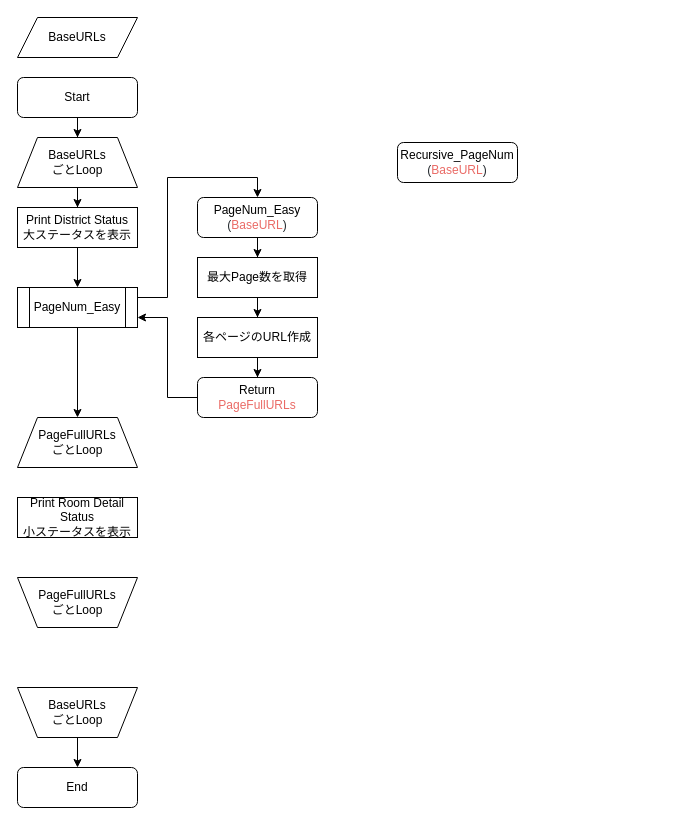
Earlier version of the draw.io diagram Untitled Diagram.drawio (shoheimiyazaki/SUMMO_Scraping). Source tidied: cells renumbered, new cells numbered last; positions are measured from the earlier drawing's top-left corner, leaving out a move shared by most shapes. Both pictures are drawn from the tidied source at 100%, with x=0, y=0 at pixel (17, 17).
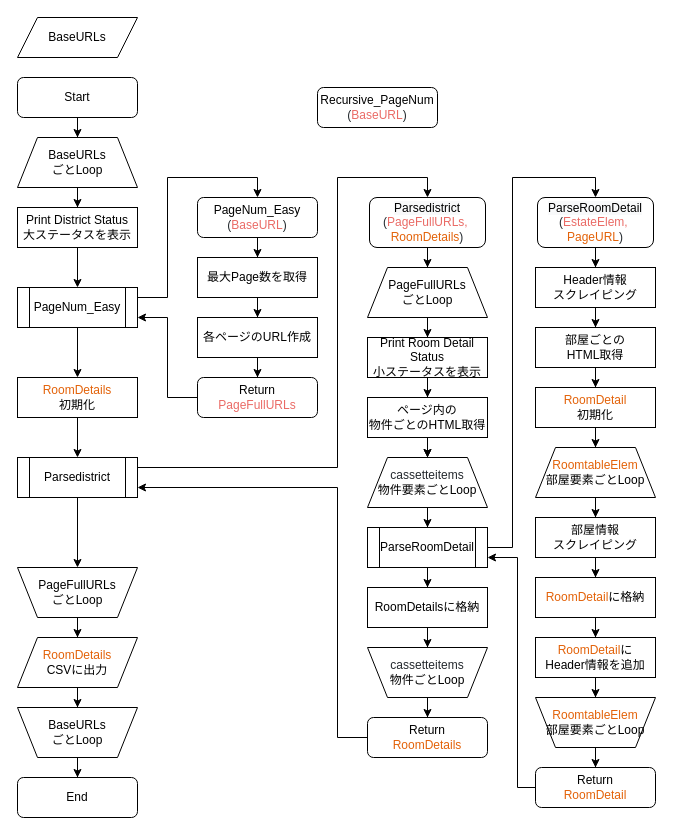
Above is the later version.

Commit message:
Completed drawing Flowchart

Unchanged cells that the change refers to:
```xml
<mxCell id="18" value="PageNum_Easy" style="shape=process;whiteSpace=wrap;html=1;backgroundOutline=1;" parent="1" vertex="1">
  <mxGeometry y="270" width="120" height="40" as="geometry" />
</mxCell>
```

Diff of the diagram source:
```diff
@@
     <mxCell id="7" value="End" style="rounded=1;whiteSpace=wrap;html=1;fontSize=12;glass=0;strokeWidth=1;shadow=0;" parent="1" vertex="1">
-      <mxGeometry y="750" width="120" height="40" as="geometry" />
+      <mxGeometry y="760" width="120" height="40" as="geometry" />
     </mxCell>
@@
     <mxCell id="12" value="BaseURLs&lt;br&gt;ごとLoop" style="shape=trapezoid;perimeter=trapezoidPerimeter;whiteSpace=wrap;html=1;fixedSize=1;direction=west;" parent="1" vertex="1">
-      <mxGeometry y="670" width="120" height="50" as="geometry" />
+      <mxGeometry y="690" width="120" height="50" as="geometry" />
     </mxCell>
@@
-    <mxCell id="17" style="edgeStyle=orthogonalEdgeStyle;rounded=0;jettySize=auto;html=1;" parent="1" edge="1" source="18" target="26">
+    <mxCell id="17" style="edgeStyle=orthogonalEdgeStyle;rounded=0;jettySize=auto;html=1;entryX=0.5;entryY=0;entryDx=0;entryDy=0;" parent="1" edge="1" source="18" target="42">
       <mxGeometry relative="1" as="geometry" />
     </mxCell>
@@
+    <mxCell id="30" style="edgeStyle=orthogonalEdgeStyle;rounded=0;jettySize=auto;html=1;" parent="1" edge="1" source="26" target="28">
+      <mxGeometry relative="1" as="geometry" />
+    </mxCell>
     <mxCell id="26" value="PageFullURLs&lt;br&gt;ごとLoop" style="shape=trapezoid;perimeter=trapezoidPerimeter;whiteSpace=wrap;html=1;fixedSize=1;" parent="1" vertex="1">
-      <mxGeometry y="400" width="120" height="50" as="geometry" />
+      <mxGeometry x="350" y="250" width="120" height="50" as="geometry" />
     </mxCell>
+    <mxCell id="31" style="edgeStyle=orthogonalEdgeStyle;rounded=0;jettySize=auto;html=1;" parent="1" edge="1" source="27" target="35">
+      <mxGeometry relative="1" as="geometry" />
+    </mxCell>
     <mxCell id="27" value="PageFullURLs&lt;br&gt;ごとLoop" style="shape=trapezoid;perimeter=trapezoidPerimeter;whiteSpace=wrap;html=1;fixedSize=1;direction=west;" parent="1" vertex="1">
-      <mxGeometry y="560" width="120" height="50" as="geometry" />
+      <mxGeometry y="550" width="120" height="50" as="geometry" />
     </mxCell>
+    <mxCell id="32" style="edgeStyle=orthogonalEdgeStyle;rounded=0;jettySize=auto;html=1;" parent="1" edge="1" source="28" target="44">
+      <mxGeometry relative="1" as="geometry" />
+    </mxCell>
+    <mxCell id="33" style="edgeStyle=orthogonalEdgeStyle;rounded=0;jettySize=auto;html=1;" parent="1" edge="1" source="28" target="46">
+      <mxGeometry relative="1" as="geometry" />
+    </mxCell>
     <mxCell id="28" value="&lt;span&gt;Print Room Detail Status&lt;/span&gt;&lt;br&gt;&lt;span&gt;小ステータスを表示&lt;/span&gt;" style="rounded=0;whiteSpace=wrap;html=1;" parent="1" vertex="1">
-      <mxGeometry y="480" width="120" height="40" as="geometry" />
+      <mxGeometry x="350" y="320" width="120" height="40" as="geometry" />
     </mxCell>
     <mxCell id="29" value="&lt;span class=&quot;pl-v&quot; style=&quot;box-sizing: border-box ; font-family: , , &amp;#34;sf mono&amp;#34; , &amp;#34;consolas&amp;#34; , &amp;#34;liberation mono&amp;#34; , &amp;#34;menlo&amp;#34; , monospace ; background-color: rgb(255 , 255 , 255)&quot;&gt;&lt;span class=&quot;pl-token&quot; style=&quot;box-sizing: border-box&quot;&gt;Recursive_PageNum&lt;br&gt;&lt;/span&gt;&lt;/span&gt;&lt;span style=&quot;color: rgb(36 , 41 , 46) ; font-family: , , &amp;#34;sf mono&amp;#34; , &amp;#34;consolas&amp;#34; , &amp;#34;liberation mono&amp;#34; , &amp;#34;menlo&amp;#34; , monospace ; background-color: rgb(255 , 255 , 255)&quot;&gt;(&lt;/span&gt;&lt;span style=&quot;background-color: rgb(255 , 255 , 255)&quot;&gt;&lt;font color=&quot;#ea6b66&quot;&gt;BaseURL&lt;/font&gt;&lt;/span&gt;&lt;span style=&quot;color: rgb(36 , 41 , 46) ; font-family: , , &amp;#34;sf mono&amp;#34; , &amp;#34;consolas&amp;#34; , &amp;#34;liberation mono&amp;#34; , &amp;#34;menlo&amp;#34; , monospace ; background-color: rgb(255 , 255 , 255)&quot;&gt;)&lt;/span&gt;" style="rounded=1;whiteSpace=wrap;html=1;fontSize=12;glass=0;strokeWidth=1;shadow=0;" parent="1" vertex="1">
-      <mxGeometry x="380" y="125" width="120" height="40" as="geometry" />
+      <mxGeometry x="300" y="70" width="120" height="40" as="geometry" />
     </mxCell>
+    <mxCell id="34" style="edgeStyle=orthogonalEdgeStyle;rounded=0;jettySize=auto;html=1;" parent="1" edge="1" source="35" target="12">
+      <mxGeometry relative="1" as="geometry" />
+    </mxCell>
+    <mxCell id="35" value="&lt;span style=&quot;color: rgb(227 , 98 , 9) ; font-family: , , &amp;#34;sf mono&amp;#34; , &amp;#34;consolas&amp;#34; , &amp;#34;liberation mono&amp;#34; , &amp;#34;menlo&amp;#34; , monospace ; background-color: rgb(255 , 255 , 255)&quot;&gt;RoomDetails&lt;/span&gt;&lt;br&gt;CSVに出力" style="shape=parallelogram;perimeter=parallelogramPerimeter;whiteSpace=wrap;html=1;fixedSize=1;" parent="1" vertex="1">
+      <mxGeometry y="620" width="120" height="50" as="geometry" />
+    </mxCell>
+    <mxCell id="36" style="edgeStyle=orthogonalEdgeStyle;rounded=0;jettySize=auto;html=1;entryX=0.5;entryY=0;entryDx=0;entryDy=0;exitX=1;exitY=0.25;exitDx=0;exitDy=0;" parent="1" edge="1" source="38" target="40">
+      <mxGeometry relative="1" as="geometry">
+        <Array as="points">
+          <mxPoint x="320" y="450" />
+          <mxPoint x="320" y="160" />
+          <mxPoint x="410" y="160" />
+        </Array>
+      </mxGeometry>
+    </mxCell>
+    <mxCell id="37" style="edgeStyle=orthogonalEdgeStyle;rounded=0;jettySize=auto;html=1;entryX=0.5;entryY=1;entryDx=0;entryDy=0;" parent="1" edge="1" source="38" target="27">
+      <mxGeometry relative="1" as="geometry" />
+    </mxCell>
+    <mxCell id="38" value="Parsedistrict" style="shape=process;whiteSpace=wrap;html=1;backgroundOutline=1;" parent="1" vertex="1">
+      <mxGeometry y="440" width="120" height="40" as="geometry" />
+    </mxCell>
+    <mxCell id="39" style="edgeStyle=orthogonalEdgeStyle;rounded=0;jettySize=auto;html=1;entryX=0.5;entryY=0;entryDx=0;entryDy=0;" parent="1" edge="1" source="40" target="26">
+      <mxGeometry relative="1" as="geometry" />
+    </mxCell>
+    <mxCell id="40" value="&lt;span class=&quot;pl-v&quot; style=&quot;box-sizing: border-box ; font-family: , , &amp;#34;sf mono&amp;#34; , &amp;#34;consolas&amp;#34; , &amp;#34;liberation mono&amp;#34; , &amp;#34;menlo&amp;#34; , monospace ; background-color: rgb(255 , 255 , 255)&quot;&gt;&lt;span class=&quot;pl-token&quot; style=&quot;box-sizing: border-box&quot;&gt;&lt;span style=&quot;background-color: rgb(248 , 249 , 250)&quot;&gt;Parsedistrict&lt;/span&gt;&lt;br&gt;&lt;/span&gt;&lt;/span&gt;&lt;span style=&quot;color: rgb(36 , 41 , 46) ; font-family: , , &amp;#34;sf mono&amp;#34; , &amp;#34;consolas&amp;#34; , &amp;#34;liberation mono&amp;#34; , &amp;#34;menlo&amp;#34; , monospace ; background-color: rgb(255 , 255 , 255)&quot;&gt;(&lt;/span&gt;&lt;span style=&quot;color: rgb(234 , 107 , 102) ; background-color: rgb(255 , 255 , 255)&quot;&gt;PageFullURLs,&amp;nbsp;&lt;br&gt;&lt;/span&gt;&lt;span style=&quot;color: rgb(227 , 98 , 9) ; font-family: , , &amp;#34;sf mono&amp;#34; , &amp;#34;consolas&amp;#34; , &amp;#34;liberation mono&amp;#34; , &amp;#34;menlo&amp;#34; , monospace ; background-color: rgb(255 , 255 , 255)&quot;&gt;RoomDetails&lt;/span&gt;&lt;span style=&quot;color: rgb(36 , 41 , 46) ; font-family: , , &amp;#34;sf mono&amp;#34; , &amp;#34;consolas&amp;#34; , &amp;#34;liberation mono&amp;#34; , &amp;#34;menlo&amp;#34; , monospace ; background-color: rgb(255 , 255 , 255)&quot;&gt;)&lt;/span&gt;" style="rounded=1;whiteSpace=wrap;html=1;fontSize=12;glass=0;strokeWidth=1;shadow=0;" parent="1" vertex="1">
+      <mxGeometry x="352" y="180" width="116" height="50" as="geometry" />
+    </mxCell>
+    <mxCell id="41" style="edgeStyle=orthogonalEdgeStyle;rounded=0;jettySize=auto;html=1;" parent="1" edge="1" source="42" target="38">
+      <mxGeometry relative="1" as="geometry" />
+    </mxCell>
+    <mxCell id="42" value="&lt;span style=&quot;color: rgb(227 , 98 , 9) ; background-color: rgb(255 , 255 , 255)&quot;&gt;RoomDetails&lt;br&gt;&lt;/span&gt;初期化" style="whiteSpace=wrap;html=1;" parent="1" vertex="1">
+      <mxGeometry y="360" width="120" height="40" as="geometry" />
+    </mxCell>
+    <mxCell id="43" style="edgeStyle=orthogonalEdgeStyle;rounded=0;jettySize=auto;html=1;" parent="1" edge="1" source="44" target="46">
+      <mxGeometry relative="1" as="geometry" />
+    </mxCell>
+    <mxCell id="44" value="ページ内の&lt;br&gt;物件ごとのHTML取得" style="whiteSpace=wrap;html=1;rounded=0;" parent="1" vertex="1">
+      <mxGeometry x="350" y="380" width="120" height="40" as="geometry" />
+    </mxCell>
+    <mxCell id="45" style="edgeStyle=orthogonalEdgeStyle;rounded=0;jettySize=auto;html=1;" parent="1" edge="1" source="46" target="51">
+      <mxGeometry relative="1" as="geometry" />
+    </mxCell>
+    <mxCell id="46" value="&lt;span style=&quot;color: rgb(36 , 41 , 46) ; font-family: , , &amp;#34;sf mono&amp;#34; , &amp;#34;consolas&amp;#34; , &amp;#34;liberation mono&amp;#34; , &amp;#34;menlo&amp;#34; , monospace ; background-color: rgb(255 , 255 , 255)&quot;&gt;cassetteitems&lt;br&gt;&lt;/span&gt;物件要素ごとLoop" style="shape=trapezoid;perimeter=trapezoidPerimeter;whiteSpace=wrap;html=1;fixedSize=1;" parent="1" vertex="1">
+      <mxGeometry x="350" y="440" width="120" height="50" as="geometry" />
+    </mxCell>
+    <mxCell id="47" style="edgeStyle=orthogonalEdgeStyle;rounded=0;jettySize=auto;html=1;" parent="1" edge="1" source="48" target="53">
+      <mxGeometry relative="1" as="geometry" />
+    </mxCell>
+    <mxCell id="48" value="&lt;span style=&quot;color: rgb(36 , 41 , 46) ; font-family: , , &amp;#34;sf mono&amp;#34; , &amp;#34;consolas&amp;#34; , &amp;#34;liberation mono&amp;#34; , &amp;#34;menlo&amp;#34; , monospace ; background-color: rgb(255 , 255 , 255)&quot;&gt;cassetteitems&lt;br&gt;&lt;/span&gt;物件ごとLoop" style="shape=trapezoid;perimeter=trapezoidPerimeter;whiteSpace=wrap;html=1;fixedSize=1;direction=west;" parent="1" vertex="1">
+      <mxGeometry x="350" y="630" width="120" height="50" as="geometry" />
+    </mxCell>
+    <mxCell id="49" style="edgeStyle=orthogonalEdgeStyle;rounded=0;jettySize=auto;html=1;" parent="1" edge="1" source="51" target="59">
+      <mxGeometry relative="1" as="geometry" />
+    </mxCell>
+    <mxCell id="50" style="edgeStyle=orthogonalEdgeStyle;rounded=0;jettySize=auto;html=1;entryX=0.5;entryY=0;entryDx=0;entryDy=0;" parent="1" edge="1" source="51" target="55">
+      <mxGeometry relative="1" as="geometry">
+        <Array as="points">
+          <mxPoint x="495" y="530" />
+          <mxPoint x="495" y="160" />
+          <mxPoint x="578" y="160" />
+        </Array>
+      </mxGeometry>
+    </mxCell>
+    <mxCell id="51" value="ParseRoomDetail" style="shape=process;whiteSpace=wrap;html=1;backgroundOutline=1;" parent="1" vertex="1">
+      <mxGeometry x="350" y="510" width="120" height="40" as="geometry" />
+    </mxCell>
+    <mxCell id="52" style="edgeStyle=orthogonalEdgeStyle;rounded=0;jettySize=auto;html=1;entryX=1;entryY=0.75;entryDx=0;entryDy=0;exitX=0;exitY=0.5;exitDx=0;exitDy=0;" parent="1" edge="1" source="53" target="38">
+      <mxGeometry relative="1" as="geometry">
+        <Array as="points">
+          <mxPoint x="320" y="720" />
+          <mxPoint x="320" y="470" />
+        </Array>
+      </mxGeometry>
+    </mxCell>
+    <mxCell id="53" value="&lt;span style=&quot;background-color: rgb(255 , 255 , 255)&quot;&gt;Return&lt;br&gt;&lt;/span&gt;&lt;span style=&quot;color: rgb(227 , 98 , 9) ; font-family: , , &amp;#34;sf mono&amp;#34; , &amp;#34;consolas&amp;#34; , &amp;#34;liberation mono&amp;#34; , &amp;#34;menlo&amp;#34; , monospace ; background-color: rgb(255 , 255 , 255)&quot;&gt;RoomDetails&lt;/span&gt;" style="rounded=1;whiteSpace=wrap;html=1;fontSize=12;glass=0;strokeWidth=1;shadow=0;" parent="1" vertex="1">
+      <mxGeometry x="350" y="700" width="120" height="40" as="geometry" />
+    </mxCell>
+    <mxCell id="54" style="edgeStyle=orthogonalEdgeStyle;rounded=0;jettySize=auto;html=1;" parent="1" edge="1" source="55" target="57">
+      <mxGeometry relative="1" as="geometry" />
+    </mxCell>
+    <mxCell id="55" value="&lt;span class=&quot;pl-v&quot; style=&quot;box-sizing: border-box ; font-family: , , &amp;#34;sf mono&amp;#34; , &amp;#34;consolas&amp;#34; , &amp;#34;liberation mono&amp;#34; , &amp;#34;menlo&amp;#34; , monospace ; background-color: rgb(255 , 255 , 255)&quot;&gt;&lt;span class=&quot;pl-token&quot; style=&quot;box-sizing: border-box&quot;&gt;&lt;span style=&quot;background-color: rgb(248 , 249 , 250)&quot;&gt;ParseRoomDetail&lt;/span&gt;&lt;br&gt;&lt;/span&gt;&lt;/span&gt;&lt;span style=&quot;color: rgb(36 , 41 , 46) ; font-family: , , &amp;#34;sf mono&amp;#34; , &amp;#34;consolas&amp;#34; , &amp;#34;liberation mono&amp;#34; , &amp;#34;menlo&amp;#34; , monospace ; background-color: rgb(255 , 255 , 255)&quot;&gt;(&lt;/span&gt;&lt;span style=&quot;color: rgb(234 , 107 , 102) ; background-color: rgb(255 , 255 , 255)&quot;&gt;EstateElem,&amp;nbsp;&lt;br&gt;&lt;/span&gt;&lt;span style=&quot;color: rgb(227 , 98 , 9) ; font-family: , , &amp;#34;sf mono&amp;#34; , &amp;#34;consolas&amp;#34; , &amp;#34;liberation mono&amp;#34; , &amp;#34;menlo&amp;#34; , monospace ; background-color: rgb(255 , 255 , 255)&quot;&gt;PageURL&lt;/span&gt;&lt;span style=&quot;color: rgb(36 , 41 , 46) ; font-family: , , &amp;#34;sf mono&amp;#34; , &amp;#34;consolas&amp;#34; , &amp;#34;liberation mono&amp;#34; , &amp;#34;menlo&amp;#34; , monospace ; background-color: rgb(255 , 255 , 255)&quot;&gt;)&lt;/span&gt;" style="rounded=1;whiteSpace=wrap;html=1;fontSize=12;glass=0;strokeWidth=1;shadow=0;" parent="1" vertex="1">
+      <mxGeometry x="520" y="180" width="116" height="50" as="geometry" />
+    </mxCell>
+    <mxCell id="56" style="edgeStyle=orthogonalEdgeStyle;rounded=0;jettySize=auto;html=1;" parent="1" edge="1" source="57" target="63">
+      <mxGeometry relative="1" as="geometry" />
+    </mxCell>
+    <mxCell id="57" value="Header情報&lt;br&gt;スクレイピング" style="rounded=0;whiteSpace=wrap;html=1;" parent="1" vertex="1">
+      <mxGeometry x="518" y="250" width="120" height="40" as="geometry" />
+    </mxCell>
+    <mxCell id="58" style="edgeStyle=orthogonalEdgeStyle;rounded=0;jettySize=auto;html=1;" parent="1" edge="1" source="59" target="48">
+      <mxGeometry relative="1" as="geometry" />
+    </mxCell>
+    <mxCell id="59" value="RoomDetailsに格納" style="whiteSpace=wrap;html=1;rounded=0;" parent="1" vertex="1">
+      <mxGeometry x="350" y="570" width="120" height="40" as="geometry" />
+    </mxCell>
+    <mxCell id="60" style="edgeStyle=orthogonalEdgeStyle;rounded=0;jettySize=auto;html=1;entryX=0.5;entryY=0;entryDx=0;entryDy=0;" parent="1" edge="1" source="61" target="71">
+      <mxGeometry relative="1" as="geometry" />
+    </mxCell>
+    <mxCell id="61" value="部屋情報&lt;br&gt;スクレイピング" style="rounded=0;whiteSpace=wrap;html=1;" parent="1" vertex="1">
+      <mxGeometry x="518" y="500" width="120" height="40" as="geometry" />
+    </mxCell>
+    <mxCell id="62" style="edgeStyle=orthogonalEdgeStyle;rounded=0;jettySize=auto;html=1;entryX=0.5;entryY=0;entryDx=0;entryDy=0;" parent="1" edge="1" source="63" target="69">
+      <mxGeometry relative="1" as="geometry" />
+    </mxCell>
+    <mxCell id="63" value="部屋ごとの&lt;br&gt;HTML取得" style="whiteSpace=wrap;html=1;rounded=0;" parent="1" vertex="1">
+      <mxGeometry x="518" y="310" width="120" height="40" as="geometry" />
+    </mxCell>
+    <mxCell id="64" style="edgeStyle=orthogonalEdgeStyle;rounded=0;jettySize=auto;html=1;" parent="1" edge="1" source="65" target="61">
+      <mxGeometry relative="1" as="geometry" />
+    </mxCell>
+    <mxCell id="65" value="&lt;span style=&quot;color: rgb(227 , 98 , 9) ; font-family: , , &amp;#34;sf mono&amp;#34; , &amp;#34;consolas&amp;#34; , &amp;#34;liberation mono&amp;#34; , &amp;#34;menlo&amp;#34; , monospace ; background-color: rgb(255 , 255 , 255)&quot;&gt;RoomtableElem&lt;/span&gt;&lt;span style=&quot;color: rgb(36 , 41 , 46) ; font-family: , , &amp;#34;sf mono&amp;#34; , &amp;#34;consolas&amp;#34; , &amp;#34;liberation mono&amp;#34; , &amp;#34;menlo&amp;#34; , monospace ; background-color: rgb(255 , 255 , 255)&quot;&gt;&lt;br&gt;&lt;/span&gt;部屋要素ごとLoop" style="shape=trapezoid;perimeter=trapezoidPerimeter;whiteSpace=wrap;html=1;fixedSize=1;" parent="1" vertex="1">
+      <mxGeometry x="518" y="430" width="120" height="50" as="geometry" />
+    </mxCell>
+    <mxCell id="66" style="edgeStyle=orthogonalEdgeStyle;rounded=0;jettySize=auto;html=1;" parent="1" edge="1" source="67" target="73">
+      <mxGeometry relative="1" as="geometry" />
+    </mxCell>
+    <mxCell id="67" value="&lt;span style=&quot;color: rgb(227 , 98 , 9) ; font-family: , , &amp;#34;sf mono&amp;#34; , &amp;#34;consolas&amp;#34; , &amp;#34;liberation mono&amp;#34; , &amp;#34;menlo&amp;#34; , monospace ; background-color: rgb(255 , 255 , 255)&quot;&gt;RoomtableElem&lt;/span&gt;&lt;span style=&quot;color: rgb(36 , 41 , 46) ; font-family: , , &amp;#34;sf mono&amp;#34; , &amp;#34;consolas&amp;#34; , &amp;#34;liberation mono&amp;#34; , &amp;#34;menlo&amp;#34; , monospace ; background-color: rgb(255 , 255 , 255)&quot;&gt;&lt;br&gt;&lt;/span&gt;部屋要素ごとLoop" style="shape=trapezoid;perimeter=trapezoidPerimeter;whiteSpace=wrap;html=1;fixedSize=1;direction=west;" parent="1" vertex="1">
+      <mxGeometry x="518" y="680" width="120" height="50" as="geometry" />
+    </mxCell>
+    <mxCell id="68" style="edgeStyle=orthogonalEdgeStyle;rounded=0;jettySize=auto;html=1;" parent="1" edge="1" source="69" target="65">
+      <mxGeometry relative="1" as="geometry" />
+    </mxCell>
+    <mxCell id="69" value="&lt;span style=&quot;color: rgb(227 , 98 , 9) ; background-color: rgb(255 , 255 , 255)&quot;&gt;RoomDetail&lt;br&gt;&lt;/span&gt;初期化" style="whiteSpace=wrap;html=1;" parent="1" vertex="1">
+      <mxGeometry x="518" y="370" width="120" height="40" as="geometry" />
+    </mxCell>
+    <mxCell id="70" style="edgeStyle=orthogonalEdgeStyle;rounded=0;jettySize=auto;html=1;entryX=0.5;entryY=0;entryDx=0;entryDy=0;" parent="1" edge="1" source="71" target="75">
+      <mxGeometry relative="1" as="geometry" />
+    </mxCell>
+    <mxCell id="71" value="&lt;span style=&quot;color: rgb(227 , 98 , 9) ; background-color: rgb(255 , 255 , 255)&quot;&gt;RoomDetail&lt;/span&gt;に格納" style="rounded=0;whiteSpace=wrap;html=1;" parent="1" vertex="1">
+      <mxGeometry x="518" y="560" width="120" height="40" as="geometry" />
+    </mxCell>
+    <mxCell id="72" style="edgeStyle=orthogonalEdgeStyle;rounded=0;jettySize=auto;html=1;entryX=1;entryY=0.75;entryDx=0;entryDy=0;exitX=0;exitY=0.5;exitDx=0;exitDy=0;" parent="1" edge="1" source="73" target="51">
+      <mxGeometry relative="1" as="geometry">
+        <Array as="points">
+          <mxPoint x="500" y="770" />
+          <mxPoint x="500" y="540" />
+        </Array>
+      </mxGeometry>
+    </mxCell>
+    <mxCell id="73" value="&lt;span style=&quot;background-color: rgb(255 , 255 , 255)&quot;&gt;Return&lt;br&gt;&lt;/span&gt;&lt;span style=&quot;color: rgb(227 , 98 , 9) ; font-family: , , &amp;#34;sf mono&amp;#34; , &amp;#34;consolas&amp;#34; , &amp;#34;liberation mono&amp;#34; , &amp;#34;menlo&amp;#34; , monospace ; background-color: rgb(255 , 255 , 255)&quot;&gt;RoomDetail&lt;/span&gt;" style="rounded=1;whiteSpace=wrap;html=1;fontSize=12;glass=0;strokeWidth=1;shadow=0;" parent="1" vertex="1">
+      <mxGeometry x="518" y="750" width="120" height="40" as="geometry" />
+    </mxCell>
+    <mxCell id="74" style="edgeStyle=orthogonalEdgeStyle;rounded=0;jettySize=auto;html=1;" parent="1" edge="1" source="75" target="67">
+      <mxGeometry relative="1" as="geometry" />
+    </mxCell>
+    <mxCell id="75" value="&lt;span style=&quot;color: rgb(227 , 98 , 9) ; background-color: rgb(255 , 255 , 255)&quot;&gt;RoomDetail&lt;/span&gt;に&lt;br&gt;Header情報を追加" style="rounded=0;whiteSpace=wrap;html=1;" parent="1" vertex="1">
+      <mxGeometry x="518" y="620" width="120" height="40" as="geometry" />
+    </mxCell>
```
